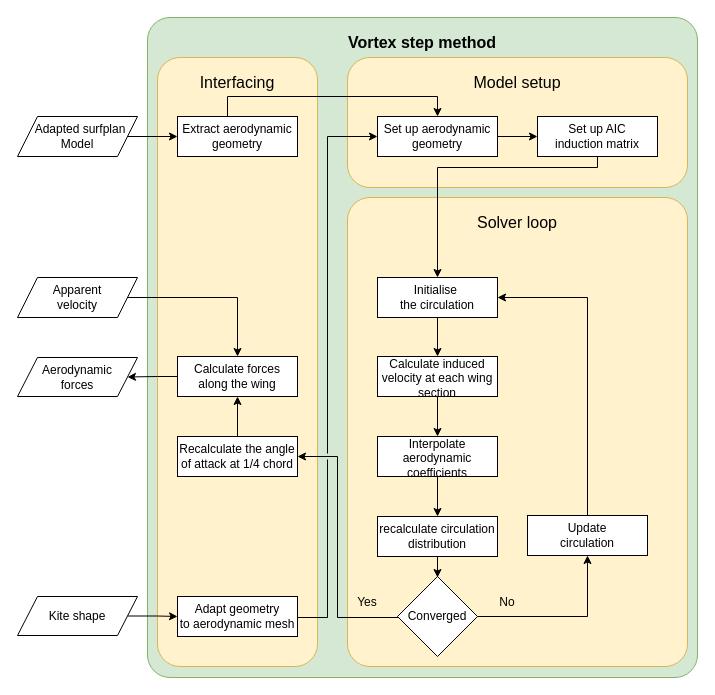
Earlier version of the draw.io diagram Figures/drawio/VSM_flowchart.drawio (PatrickRoel/Thesis). Source tidied: cells renumbered, new cells numbered last; positions are measured from the earlier drawing's top-left corner, leaving out a move shared by most shapes. Both pictures are drawn from the tidied source at 100%, with x=0, y=0 at pixel (17, 17).
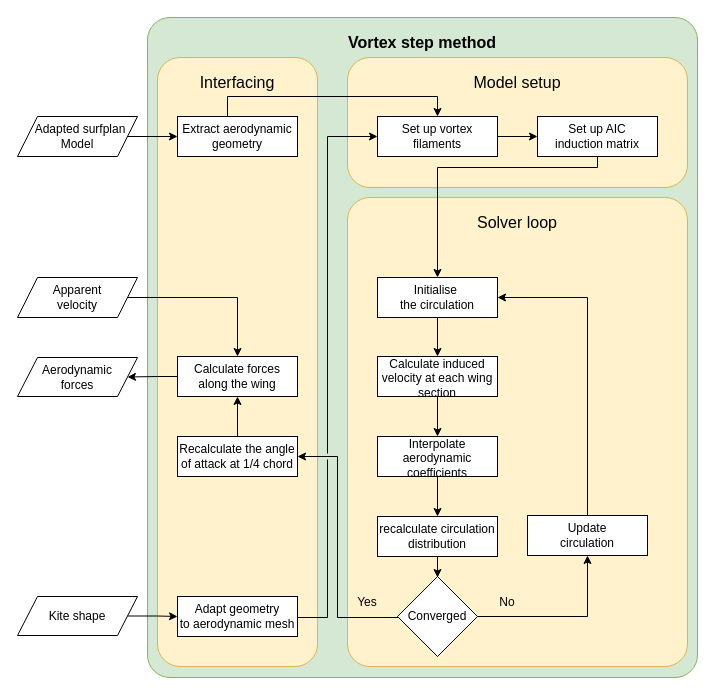
The same page after the edit.

Change to the diagram source:
```diff
@@
-    <mxCell id="18" value="&lt;div&gt;Set up aerodynamic&lt;/div&gt;&lt;div&gt;geometry&lt;/div&gt;" style="rounded=0;whiteSpace=wrap;html=1;" parent="1" vertex="1">
+    <mxCell id="18" value="&lt;div&gt;Set up vortex filaments&lt;/div&gt;" style="rounded=0;whiteSpace=wrap;html=1;" parent="1" vertex="1">
       <mxGeometry x="360" y="99" width="120" height="40" as="geometry" />
     </mxCell>
```
